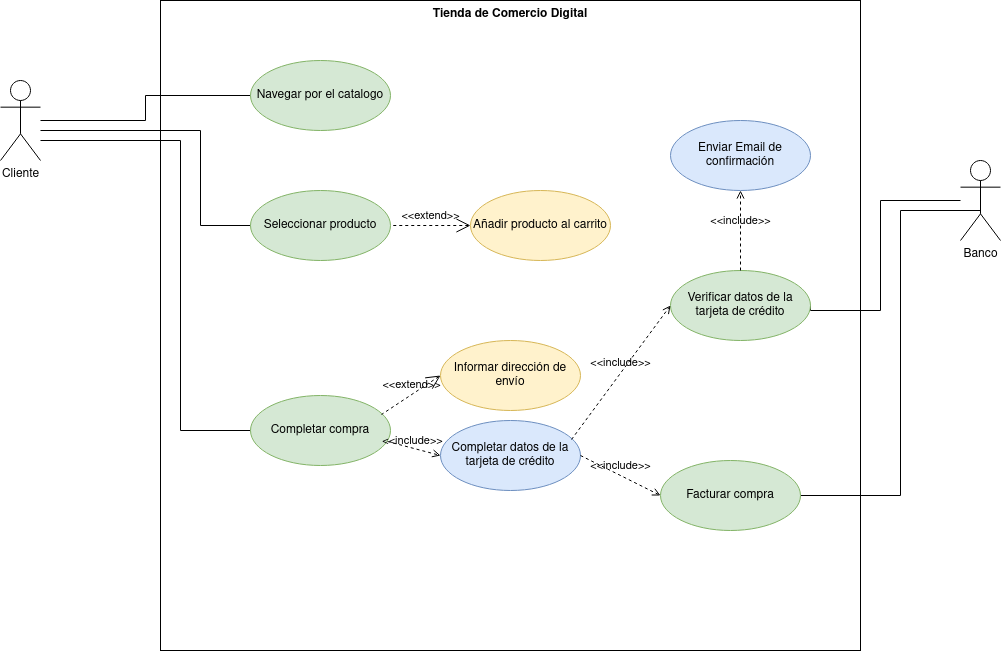
Earlier version of the draw.io export Tienda_de_Comercio_Electrónico.png (alejandrosalazargonzalez/Examen-te-rico-ETS). Source tidied: cells renumbered, new cells last; positions are measured from the earlier drawing's top-left corner, leaving out a move shared by most shapes.
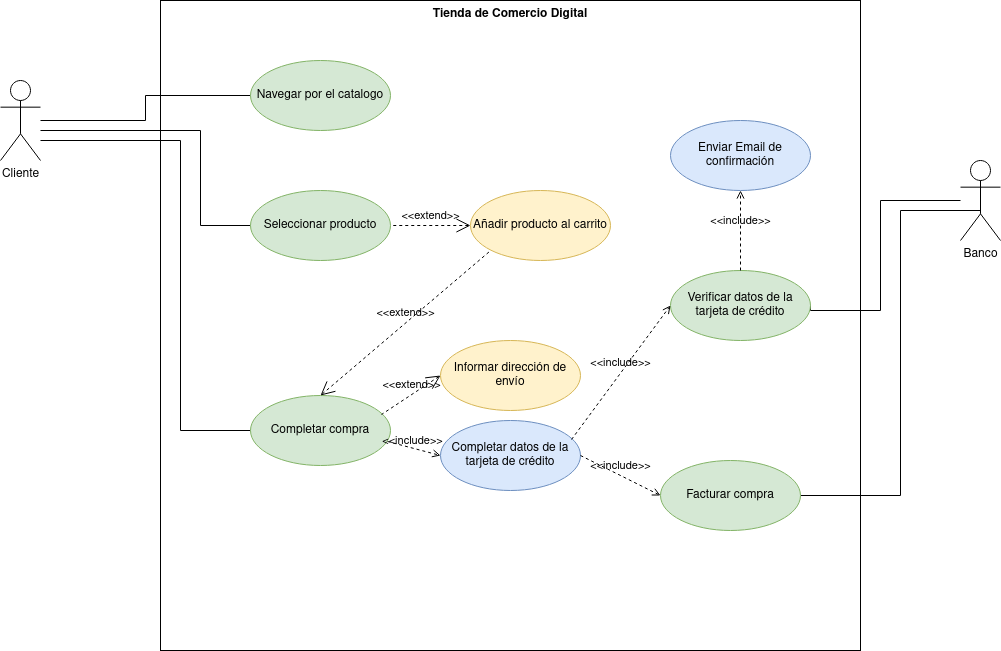
Above is the later version.

What changed in the source:
```diff
@@ -93,5 +93,8 @@
     <mxCell id="24" value="&amp;lt;&amp;lt;include&amp;gt;&amp;gt;" style="edgeStyle=none;html=1;endArrow=open;verticalAlign=bottom;dashed=1;labelBackgroundColor=none;rounded=0;exitX=0.5;exitY=0;exitDx=0;exitDy=0;entryX=0.5;entryY=1;entryDx=0;entryDy=0;" parent="1" edge="1" source="18" target="21">
       <mxGeometry relative="1" as="geometry" />
     </mxCell>
+    <mxCell id="25" value="&amp;lt;&amp;lt;extend&amp;gt;&amp;gt;" style="edgeStyle=none;html=1;startArrow=open;endArrow=none;startSize=12;verticalAlign=bottom;dashed=1;labelBackgroundColor=none;rounded=0;entryX=0;entryY=1;entryDx=0;entryDy=0;exitX=0.5;exitY=0;exitDx=0;exitDy=0;" parent="1" edge="1" source="10" target="9">
+      <mxGeometry relative="1" as="geometry" />
+    </mxCell>
   </root>
 </mxGraphModel>
```
